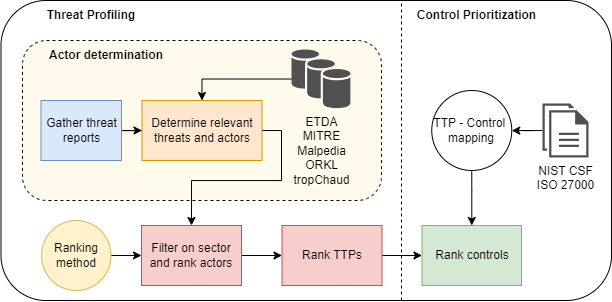
The draw.io diagram docs/images/High level methodology.png in AbeWinters/Threat-Profiles-for-Control-Prioritization, before a commit. Source tidied: cells renumbered, new cells last; positions are measured from the earlier drawing's top-left corner, leaving out a move shared by most shapes. Source of this version:
```xml
<mxGraphModel>
  <root>
    <mxCell id="0" />
    <mxCell id="1" parent="0" />
    <mxCell id="2" style="rounded=1;whiteSpace=wrap;html=1;strokeColor=#000000;fillColor=none;gradientColor=none;" parent="1" vertex="1">
      <mxGeometry x="-0.5" width="610.5" height="300" as="geometry" />
    </mxCell>
    <mxCell id="3" style="rounded=1;whiteSpace=wrap;html=1;strokeColor=#000000;fillColor=#fff2cc;arcSize=15;fillOpacity=40;strokeOpacity=100;dashed=1;" parent="1" vertex="1">
      <mxGeometry x="21" y="40" width="359" height="160" as="geometry" />
    </mxCell>
    <mxCell id="4" style="edgeStyle=orthogonalEdgeStyle;rounded=0;jettySize=auto;html=1;entryX=0;entryY=0.5;entryDx=0;entryDy=0;" parent="1" edge="1" source="5" target="7">
      <mxGeometry relative="1" as="geometry" />
    </mxCell>
    <mxCell id="5" value="Gather threat reports" style="rounded=0;whiteSpace=wrap;html=1;fillColor=#dae8fc;strokeColor=#6c8ebf;" parent="1" vertex="1">
      <mxGeometry x="39.5" y="100" width="80.5" height="60" as="geometry" />
    </mxCell>
    <mxCell id="6" style="edgeStyle=orthogonalEdgeStyle;rounded=0;jettySize=auto;html=1;entryX=0.5;entryY=0;entryDx=0;entryDy=0;exitX=1;exitY=0.5;exitDx=0;exitDy=0;" parent="1" edge="1" source="7" target="20">
      <mxGeometry relative="1" as="geometry">
        <Array as="points">
          <mxPoint x="280" y="130" />
          <mxPoint x="280" y="180" />
          <mxPoint x="190" y="180" />
        </Array>
      </mxGeometry>
    </mxCell>
    <mxCell id="7" value="Determine relevant threats and actors" style="rounded=0;whiteSpace=wrap;html=1;fillColor=#ffe6cc;strokeColor=#d79b00;" parent="1" vertex="1">
      <mxGeometry x="140.5" y="100" width="120" height="60" as="geometry" />
    </mxCell>
    <mxCell id="8" style="edgeStyle=orthogonalEdgeStyle;rounded=0;jettySize=auto;html=1;" parent="1" edge="1" source="9" target="20">
      <mxGeometry relative="1" as="geometry" />
    </mxCell>
    <mxCell id="9" value="Ranking method" style="ellipse;whiteSpace=wrap;html=1;fillColor=#fff2cc;strokeColor=#d6b656;" parent="1" vertex="1">
      <mxGeometry x="40" y="220" width="69.5" height="70" as="geometry" />
    </mxCell>
    <mxCell id="10" value="Rank controls" style="whiteSpace=wrap;html=1;fillColor=#d5e8d4;strokeColor=#82b366;" parent="1" vertex="1">
      <mxGeometry x="420.5" y="225" width="99.5" height="60" as="geometry" />
    </mxCell>
    <mxCell id="11" style="edgeStyle=orthogonalEdgeStyle;rounded=0;jettySize=auto;html=1;" parent="1" edge="1" source="12" target="10">
      <mxGeometry relative="1" as="geometry">
        <Array as="points">
          <mxPoint x="470" y="190" />
          <mxPoint x="470" y="190" />
        </Array>
      </mxGeometry>
    </mxCell>
    <mxCell id="12" value="TTP - Control&amp;nbsp;&lt;br&gt;mapping" style="ellipse;whiteSpace=wrap;html=1;" parent="1" vertex="1">
      <mxGeometry x="430.2" y="90" width="80" height="80" as="geometry" />
    </mxCell>
    <mxCell id="13" style="edgeStyle=orthogonalEdgeStyle;rounded=0;jettySize=auto;html=1;" parent="1" edge="1" source="14" target="12">
      <mxGeometry relative="1" as="geometry" />
    </mxCell>
    <mxCell id="14" value="NIST CSF&lt;br&gt;ISO 27000" style="sketch=0;shadow=0;dashed=0;html=1;labelPosition=center;verticalLabelPosition=bottom;verticalAlign=top;outlineConnect=0;align=center;shape=mxgraph.office.concepts.documents;fillColor=#505050;gradientColor=none;strokeColor=none;" parent="1" vertex="1">
      <mxGeometry x="541" y="103" width="46" height="54" as="geometry" />
    </mxCell>
    <mxCell id="15" style="edgeStyle=orthogonalEdgeStyle;rounded=0;jettySize=auto;html=1;entryX=0.5;entryY=0;entryDx=0;entryDy=0;" parent="1" edge="1" source="16" target="7">
      <mxGeometry relative="1" as="geometry" />
    </mxCell>
    <mxCell id="16" value="ETDA&lt;br&gt;MITRE&lt;br&gt;Malpedia&lt;br&gt;ORKL&lt;br&gt;tropChaud" style="sketch=0;shadow=0;dashed=0;html=1;strokeColor=none;fillColor=#505050;labelPosition=center;verticalLabelPosition=bottom;verticalAlign=top;outlineConnect=0;align=center;shape=mxgraph.office.databases.database_availability_group;" parent="1" vertex="1">
      <mxGeometry x="290" y="49" width="59" height="59" as="geometry" />
    </mxCell>
    <mxCell id="17" value="Threat Profiling" style="text;html=1;strokeColor=none;fillColor=none;align=center;verticalAlign=middle;whiteSpace=wrap;rounded=0;fontStyle=1;" parent="1" vertex="1">
      <mxGeometry x="39.5" width="100" height="30" as="geometry" />
    </mxCell>
    <mxCell id="18" value="Control Prioritization" style="text;html=1;strokeColor=none;fillColor=none;align=center;verticalAlign=middle;whiteSpace=wrap;rounded=0;fontStyle=1;" parent="1" vertex="1">
      <mxGeometry x="408" width="135" height="30" as="geometry" />
    </mxCell>
    <mxCell id="19" style="edgeStyle=orthogonalEdgeStyle;rounded=0;jettySize=auto;html=1;" parent="1" edge="1" source="20" target="22">
      <mxGeometry relative="1" as="geometry" />
    </mxCell>
    <mxCell id="20" value="Filter on sector and rank actors" style="whiteSpace=wrap;html=1;fillColor=#f8cecc;strokeColor=#b85450;" parent="1" vertex="1">
      <mxGeometry x="140" y="225" width="100" height="60" as="geometry" />
    </mxCell>
    <mxCell id="21" style="edgeStyle=orthogonalEdgeStyle;rounded=0;jettySize=auto;html=1;" parent="1" edge="1" source="22" target="10">
      <mxGeometry relative="1" as="geometry" />
    </mxCell>
    <mxCell id="22" value="Rank TTPs" style="whiteSpace=wrap;html=1;fillColor=#f8cecc;strokeColor=#b85450;" parent="1" vertex="1">
      <mxGeometry x="280.5" y="225" width="100" height="60" as="geometry" />
    </mxCell>
    <mxCell id="23" value="Actor determination" style="text;html=1;strokeColor=none;fillColor=none;align=center;verticalAlign=middle;whiteSpace=wrap;rounded=0;fontStyle=1;" parent="1" vertex="1">
      <mxGeometry x="40" y="40" width="130" height="30" as="geometry" />
    </mxCell>
    <mxCell id="24" style="endArrow=none;dashed=1;html=1;rounded=0;exitX=0.656;exitY=1;exitDx=0;exitDy=0;exitPerimeter=0;" parent="1" edge="1" source="2">
      <mxGeometry relative="1" as="geometry">
        <mxPoint x="400" as="targetPoint" />
      </mxGeometry>
    </mxCell>
  </root>
</mxGraphModel>
```
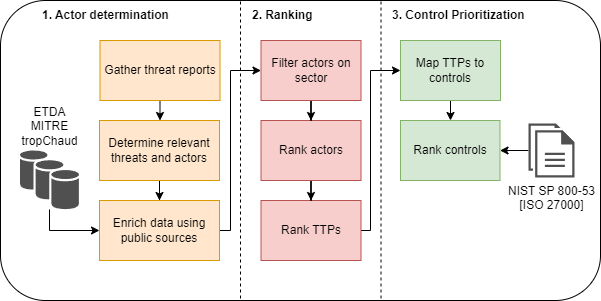
The same diagram one commit later.

What changed in the source:
```diff
@@ -2,87 +2,100 @@
   <root>
     <mxCell id="0" />
     <mxCell id="1" parent="0" />
-    <mxCell id="2" style="rounded=1;whiteSpace=wrap;html=1;strokeColor=#000000;fillColor=none;gradientColor=none;" parent="1" vertex="1">
-      <mxGeometry x="-0.5" width="610.5" height="300" as="geometry" />
-    </mxCell>
-    <mxCell id="3" style="rounded=1;whiteSpace=wrap;html=1;strokeColor=#000000;fillColor=#fff2cc;arcSize=15;fillOpacity=40;strokeOpacity=100;dashed=1;" parent="1" vertex="1">
-      <mxGeometry x="21" y="40" width="359" height="160" as="geometry" />
-    </mxCell>
+    <mxCell id="25" style="rounded=1;whiteSpace=wrap;html=1;strokeColor=#000000;fillColor=none;gradientColor=none;" parent="1" vertex="1">
+      <mxGeometry width="600" height="300" as="geometry" />
+    </mxCell>
-    <mxCell id="4" style="edgeStyle=orthogonalEdgeStyle;rounded=0;jettySize=auto;html=1;entryX=0;entryY=0.5;entryDx=0;entryDy=0;" parent="1" edge="1" source="5" target="7">
+    <mxCell id="4" style="edgeStyle=orthogonalEdgeStyle;rounded=0;jettySize=auto;html=1;" parent="1" edge="1" source="5" target="7">
       <mxGeometry relative="1" as="geometry" />
     </mxCell>
-    <mxCell id="5" value="Gather threat reports" style="rounded=0;whiteSpace=wrap;html=1;fillColor=#dae8fc;strokeColor=#6c8ebf;" parent="1" vertex="1">
-      <mxGeometry x="39.5" y="100" width="80.5" height="60" as="geometry" />
+    <mxCell id="5" value="Gather threat reports" style="rounded=0;whiteSpace=wrap;html=1;fillColor=#ffe6cc;strokeColor=#d79b00;" parent="1" vertex="1">
+      <mxGeometry x="99.5" y="40" width="120" height="60" as="geometry" />
     </mxCell>
-    <mxCell id="6" style="edgeStyle=orthogonalEdgeStyle;rounded=0;jettySize=auto;html=1;entryX=0.5;entryY=0;entryDx=0;entryDy=0;exitX=1;exitY=0.5;exitDx=0;exitDy=0;" parent="1" edge="1" source="7" target="20">
-      <mxGeometry relative="1" as="geometry">
-        <Array as="points">
-          <mxPoint x="280" y="130" />
-          <mxPoint x="280" y="180" />
-          <mxPoint x="190" y="180" />
-        </Array>
-      </mxGeometry>
-    </mxCell>
+    <mxCell id="26" style="edgeStyle=orthogonalEdgeStyle;rounded=0;jettySize=auto;html=1;" parent="1" edge="1" source="7" target="37">
+      <mxGeometry relative="1" as="geometry" />
+    </mxCell>
     <mxCell id="7" value="Determine relevant threats and actors" style="rounded=0;whiteSpace=wrap;html=1;fillColor=#ffe6cc;strokeColor=#d79b00;" parent="1" vertex="1">
-      <mxGeometry x="140.5" y="100" width="120" height="60" as="geometry" />
+      <mxGeometry x="99" y="120" width="120" height="60" as="geometry" />
     </mxCell>
-    <mxCell id="8" style="edgeStyle=orthogonalEdgeStyle;rounded=0;jettySize=auto;html=1;" parent="1" edge="1" source="9" target="20">
-      <mxGeometry relative="1" as="geometry" />
-    </mxCell>
-    <mxCell id="9" value="Ranking method" style="ellipse;whiteSpace=wrap;html=1;fillColor=#fff2cc;strokeColor=#d6b656;" parent="1" vertex="1">
-      <mxGeometry x="40" y="220" width="69.5" height="70" as="geometry" />
-    </mxCell>
     <mxCell id="10" value="Rank controls" style="whiteSpace=wrap;html=1;fillColor=#d5e8d4;strokeColor=#82b366;" parent="1" vertex="1">
-      <mxGeometry x="420.5" y="225" width="99.5" height="60" as="geometry" />
+      <mxGeometry x="400" y="120" width="99.5" height="60" as="geometry" />
     </mxCell>
-    <mxCell id="11" style="edgeStyle=orthogonalEdgeStyle;rounded=0;jettySize=auto;html=1;" parent="1" edge="1" source="12" target="10">
-      <mxGeometry relative="1" as="geometry">
-        <Array as="points">
-          <mxPoint x="470" y="190" />
-          <mxPoint x="470" y="190" />
-        </Array>
-      </mxGeometry>
-    </mxCell>
-    <mxCell id="12" value="TTP - Control&amp;nbsp;&lt;br&gt;mapping" style="ellipse;whiteSpace=wrap;html=1;" parent="1" vertex="1">
-      <mxGeometry x="430.2" y="90" width="80" height="80" as="geometry" />
-    </mxCell>
-    <mxCell id="13" style="edgeStyle=orthogonalEdgeStyle;rounded=0;jettySize=auto;html=1;" parent="1" edge="1" source="14" target="12">
-      <mxGeometry relative="1" as="geometry" />
-    </mxCell>
-    <mxCell id="14" value="NIST CSF&lt;br&gt;ISO 27000" style="sketch=0;shadow=0;dashed=0;html=1;labelPosition=center;verticalLabelPosition=bottom;verticalAlign=top;outlineConnect=0;align=center;shape=mxgraph.office.concepts.documents;fillColor=#505050;gradientColor=none;strokeColor=none;" parent="1" vertex="1">
-      <mxGeometry x="541" y="103" width="46" height="54" as="geometry" />
-    </mxCell>
-    <mxCell id="15" style="edgeStyle=orthogonalEdgeStyle;rounded=0;jettySize=auto;html=1;entryX=0.5;entryY=0;entryDx=0;entryDy=0;" parent="1" edge="1" source="16" target="7">
-      <mxGeometry relative="1" as="geometry" />
-    </mxCell>
-    <mxCell id="16" value="ETDA&lt;br&gt;MITRE&lt;br&gt;Malpedia&lt;br&gt;ORKL&lt;br&gt;tropChaud" style="sketch=0;shadow=0;dashed=0;html=1;strokeColor=none;fillColor=#505050;labelPosition=center;verticalLabelPosition=bottom;verticalAlign=top;outlineConnect=0;align=center;shape=mxgraph.office.databases.database_availability_group;" parent="1" vertex="1">
-      <mxGeometry x="290" y="49" width="59" height="59" as="geometry" />
-    </mxCell>
-    <mxCell id="17" value="Threat Profiling" style="text;html=1;strokeColor=none;fillColor=none;align=center;verticalAlign=middle;whiteSpace=wrap;rounded=0;fontStyle=1;" parent="1" vertex="1">
-      <mxGeometry x="39.5" width="100" height="30" as="geometry" />
-    </mxCell>
-    <mxCell id="18" value="Control Prioritization" style="text;html=1;strokeColor=none;fillColor=none;align=center;verticalAlign=middle;whiteSpace=wrap;rounded=0;fontStyle=1;" parent="1" vertex="1">
-      <mxGeometry x="408" width="135" height="30" as="geometry" />
-    </mxCell>
-    <mxCell id="19" style="edgeStyle=orthogonalEdgeStyle;rounded=0;jettySize=auto;html=1;" parent="1" edge="1" source="20" target="22">
-      <mxGeometry relative="1" as="geometry" />
-    </mxCell>
-    <mxCell id="20" value="Filter on sector and rank actors" style="whiteSpace=wrap;html=1;fillColor=#f8cecc;strokeColor=#b85450;" parent="1" vertex="1">
-      <mxGeometry x="140" y="225" width="100" height="60" as="geometry" />
-    </mxCell>
-    <mxCell id="21" style="edgeStyle=orthogonalEdgeStyle;rounded=0;jettySize=auto;html=1;" parent="1" edge="1" source="22" target="10">
-      <mxGeometry relative="1" as="geometry" />
-    </mxCell>
+    <mxCell id="27" style="edgeStyle=orthogonalEdgeStyle;rounded=0;jettySize=auto;html=1;" parent="1" edge="1" source="28" target="10">
+      <mxGeometry relative="1" as="geometry" />
+    </mxCell>
+    <mxCell id="28" value="NIST SP 800-53&lt;br&gt;[ISO 27000]" style="sketch=0;shadow=0;dashed=0;html=1;labelPosition=center;verticalLabelPosition=bottom;verticalAlign=top;outlineConnect=0;align=center;shape=mxgraph.office.concepts.documents;fillColor=#505050;gradientColor=none;strokeColor=none;direction=east;" parent="1" vertex="1">
+      <mxGeometry x="528" y="123" width="46" height="54" as="geometry" />
+    </mxCell>
+    <mxCell id="29" style="edgeStyle=orthogonalEdgeStyle;rounded=0;jettySize=auto;html=1;entryX=0;entryY=0.5;entryDx=0;entryDy=0;" parent="1" edge="1" source="30" target="37">
+      <mxGeometry relative="1" as="geometry">
+        <Array as="points">
+          <mxPoint x="49.5" y="230" />
+        </Array>
+      </mxGeometry>
+    </mxCell>
+    <mxCell id="30" value="ETDA&lt;br&gt;MITRE&lt;br&gt;tropChaud" style="sketch=0;shadow=0;dashed=0;html=1;strokeColor=none;fillColor=#505050;labelPosition=center;verticalLabelPosition=top;verticalAlign=bottom;outlineConnect=0;align=center;shape=mxgraph.office.databases.database_availability_group;" parent="1" vertex="1">
+      <mxGeometry x="19.5" y="150" width="59" height="59" as="geometry" />
+    </mxCell>
+    <mxCell id="31" value="3. Control Prioritization" style="text;html=1;strokeColor=none;fillColor=none;align=left;verticalAlign=middle;whiteSpace=wrap;rounded=0;fontStyle=1;" parent="1" vertex="1">
+      <mxGeometry x="390" width="135" height="30" as="geometry" />
+    </mxCell>
+    <mxCell id="32" style="edgeStyle=orthogonalEdgeStyle;rounded=0;jettySize=auto;html=1;entryX=0;entryY=0.5;entryDx=0;entryDy=0;" parent="1" edge="1" source="22" target="42">
+      <mxGeometry relative="1" as="geometry">
+        <Array as="points">
+          <mxPoint x="370" y="230" />
+          <mxPoint x="370" y="70" />
+        </Array>
+      </mxGeometry>
+    </mxCell>
     <mxCell id="22" value="Rank TTPs" style="whiteSpace=wrap;html=1;fillColor=#f8cecc;strokeColor=#b85450;" parent="1" vertex="1">
-      <mxGeometry x="280.5" y="225" width="100" height="60" as="geometry" />
+      <mxGeometry x="260.5" y="200" width="100" height="60" as="geometry" />
     </mxCell>
-    <mxCell id="23" value="Actor determination" style="text;html=1;strokeColor=none;fillColor=none;align=center;verticalAlign=middle;whiteSpace=wrap;rounded=0;fontStyle=1;" parent="1" vertex="1">
-      <mxGeometry x="40" y="40" width="130" height="30" as="geometry" />
-    </mxCell>
-    <mxCell id="24" style="endArrow=none;dashed=1;html=1;rounded=0;exitX=0.656;exitY=1;exitDx=0;exitDy=0;exitPerimeter=0;" parent="1" edge="1" source="2">
-      <mxGeometry relative="1" as="geometry">
-        <mxPoint x="400" as="targetPoint" />
-      </mxGeometry>
-    </mxCell>
+    <mxCell id="33" value="1. Actor determination" style="text;html=1;strokeColor=none;fillColor=none;align=left;verticalAlign=middle;whiteSpace=wrap;rounded=0;fontStyle=1;" parent="1" vertex="1">
+      <mxGeometry x="40" width="130" height="30" as="geometry" />
+    </mxCell>
+    <mxCell id="34" style="edgeStyle=orthogonalEdgeStyle;rounded=0;jettySize=auto;html=1;" parent="1" edge="1" source="35" target="22">
+      <mxGeometry relative="1" as="geometry" />
+    </mxCell>
+    <mxCell id="35" value="Rank actors" style="whiteSpace=wrap;html=1;fillColor=#f8cecc;strokeColor=#b85450;" parent="1" vertex="1">
+      <mxGeometry x="260.5" y="120" width="100" height="60" as="geometry" />
+    </mxCell>
+    <mxCell id="36" style="edgeStyle=orthogonalEdgeStyle;rounded=0;jettySize=auto;html=1;entryX=0;entryY=0.5;entryDx=0;entryDy=0;" parent="1" edge="1" source="37" target="39">
+      <mxGeometry relative="1" as="geometry">
+        <Array as="points">
+          <mxPoint x="230" y="230" />
+          <mxPoint x="230" y="70" />
+        </Array>
+      </mxGeometry>
+    </mxCell>
+    <mxCell id="37" value="Enrich data using public sources" style="rounded=0;whiteSpace=wrap;html=1;fillColor=#ffe6cc;strokeColor=#d79b00;" parent="1" vertex="1">
+      <mxGeometry x="99" y="200" width="120" height="60" as="geometry" />
+    </mxCell>
+    <mxCell id="38" style="edgeStyle=orthogonalEdgeStyle;rounded=0;jettySize=auto;html=1;" parent="1" edge="1" source="39" target="35">
+      <mxGeometry relative="1" as="geometry" />
+    </mxCell>
+    <mxCell id="39" value="Filter actors on sector" style="whiteSpace=wrap;html=1;fillColor=#f8cecc;strokeColor=#b85450;" parent="1" vertex="1">
+      <mxGeometry x="260.5" y="40" width="100" height="60" as="geometry" />
+    </mxCell>
+    <mxCell id="40" value="2. Ranking" style="text;html=1;strokeColor=none;fillColor=none;align=left;verticalAlign=middle;whiteSpace=wrap;rounded=0;fontStyle=1;" parent="1" vertex="1">
+      <mxGeometry x="249.5" width="130" height="30" as="geometry" />
+    </mxCell>
+    <mxCell id="41" style="edgeStyle=orthogonalEdgeStyle;rounded=0;jettySize=auto;html=1;" parent="1" edge="1" source="42" target="10">
+      <mxGeometry relative="1" as="geometry" />
+    </mxCell>
+    <mxCell id="42" value="Map TTPs to controls" style="whiteSpace=wrap;html=1;fillColor=#d5e8d4;strokeColor=#82b366;" parent="1" vertex="1">
+      <mxGeometry x="400" y="40" width="100" height="60" as="geometry" />
+    </mxCell>
+    <mxCell id="43" style="endArrow=none;dashed=1;html=1;rounded=0;exitX=0.309;exitY=0.967;exitDx=0;exitDy=0;exitPerimeter=0;" parent="1" edge="1">
+      <mxGeometry relative="1" as="geometry">
+        <mxPoint x="240" y="298" as="sourcePoint" />
+        <mxPoint x="240" as="targetPoint" />
+      </mxGeometry>
+    </mxCell>
+    <mxCell id="44" style="endArrow=none;dashed=1;html=1;rounded=0;exitX=0.309;exitY=0.967;exitDx=0;exitDy=0;exitPerimeter=0;" parent="1" edge="1">
+      <mxGeometry relative="1" as="geometry">
+        <mxPoint x="380.5" y="298" as="sourcePoint" />
+        <mxPoint x="380.5" as="targetPoint" />
+      </mxGeometry>
+    </mxCell>
   </root>
 </mxGraphModel>
```
